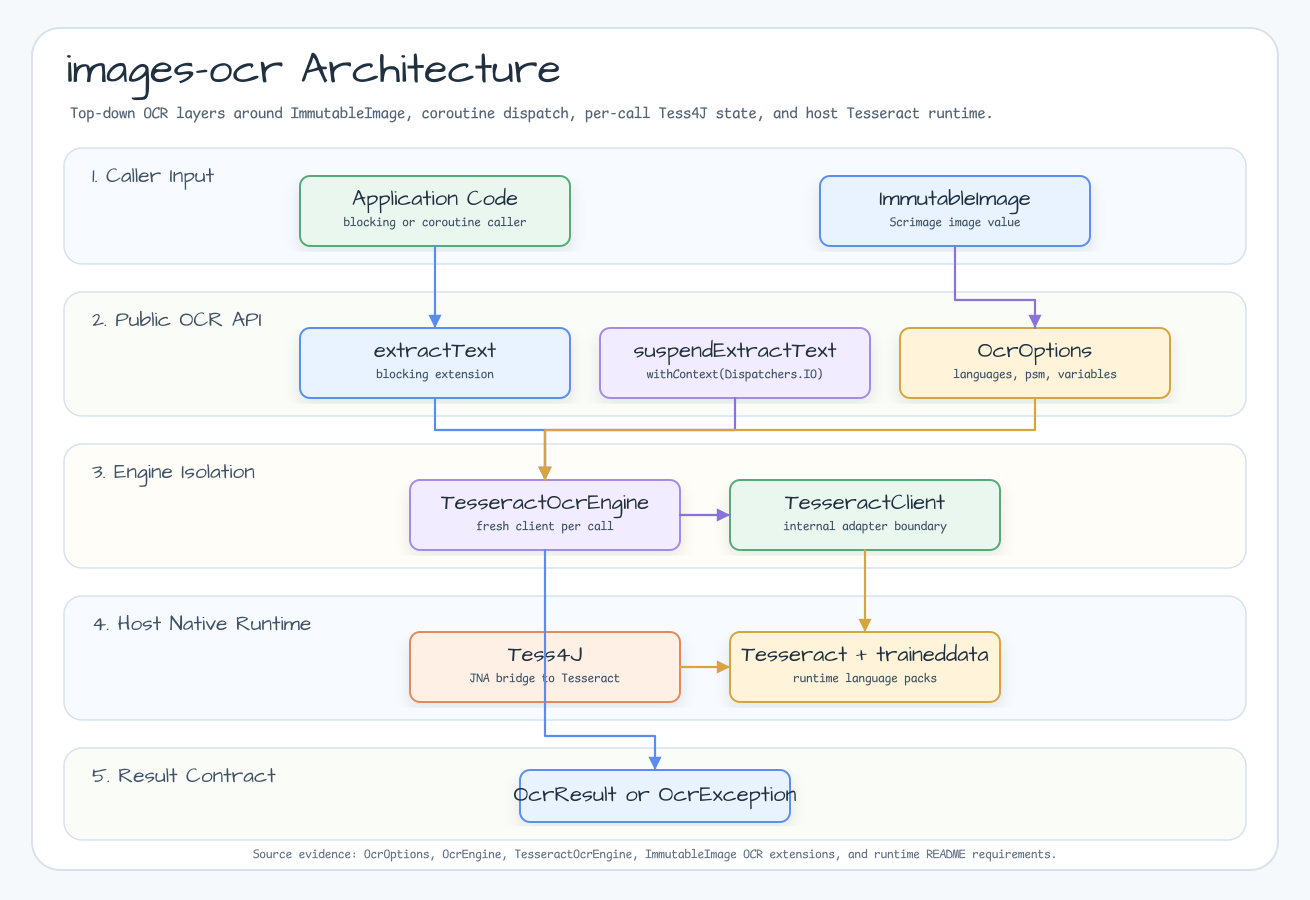
Before: images-ocr/docs/assets/readme-diagrams/images-ocr-architecture-01.png, a diagram exported from Graphviz (bluetape4k/bluetape4k-image). Its source is kept beside it as images-ocr/docs/assets/readme-diagrams/images-ocr-architecture-01.dot.
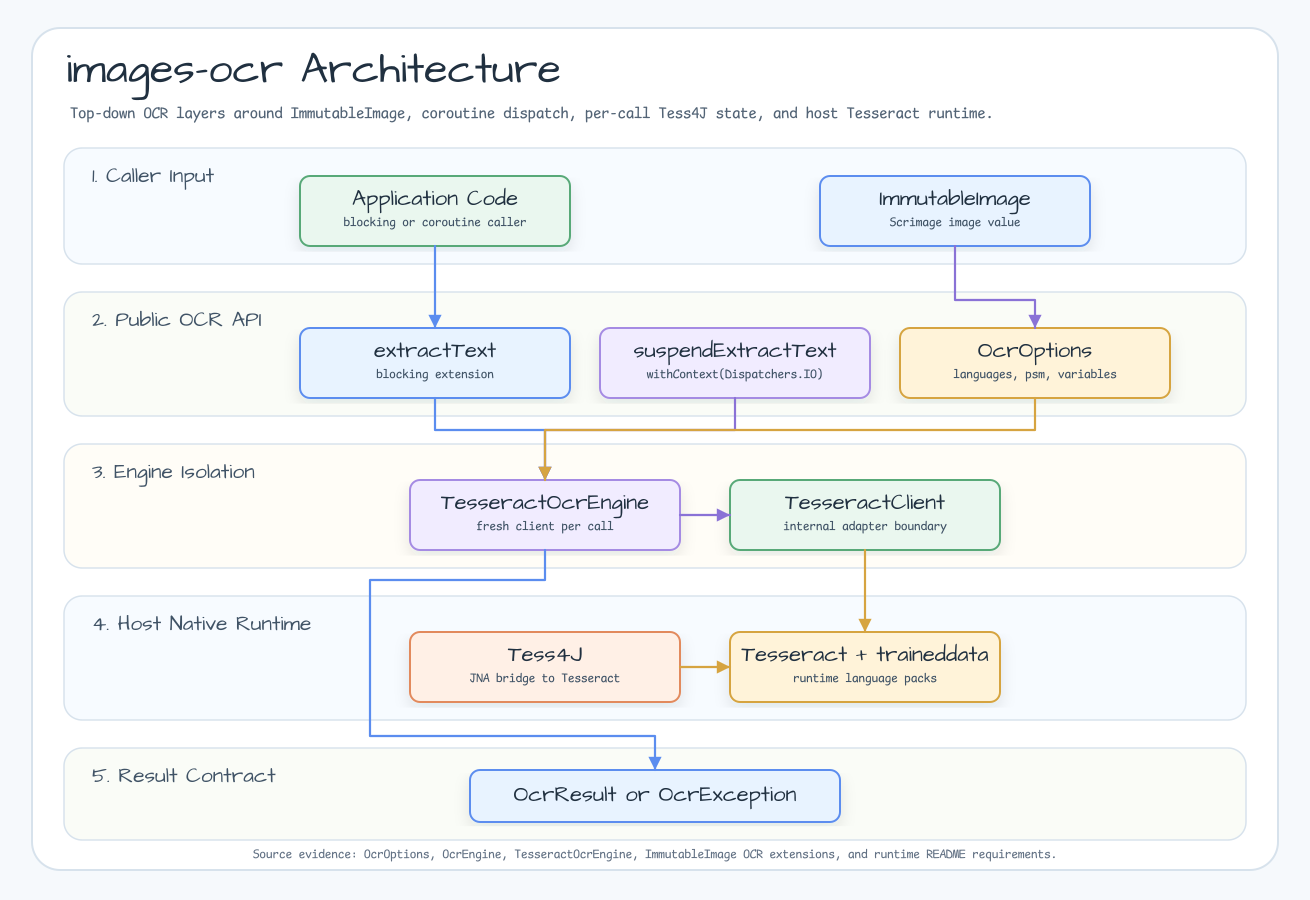
After the commit.

Commit message:
docs: repair OCR architecture diagram route

Diff of the diagram source:
```diff
@@ -12,7 +12,7 @@
   client [label="TesseractClient\ninternal adapter boundary", fillcolor="#EAF7EF", color="#58A978"]
   tess4j [label="Tess4J\nJNA bridge", fillcolor="#FFF0E6", color="#E28A5D"]
   native [label="Tesseract + traineddata\nruntime language packs", fillcolor="#FFF3D9", color="#D6A441"]
-  result [label="OcrResult or OcrException", fillcolor="#E8F3FF", color="#5B8DEF"]
+  result [label="OcrResult or OcrException", width=3.2, fillcolor="#E8F3FF", color="#5B8DEF"]
 
   { rank=same; app; image }
   { rank=same; extract; suspend; options }
```
